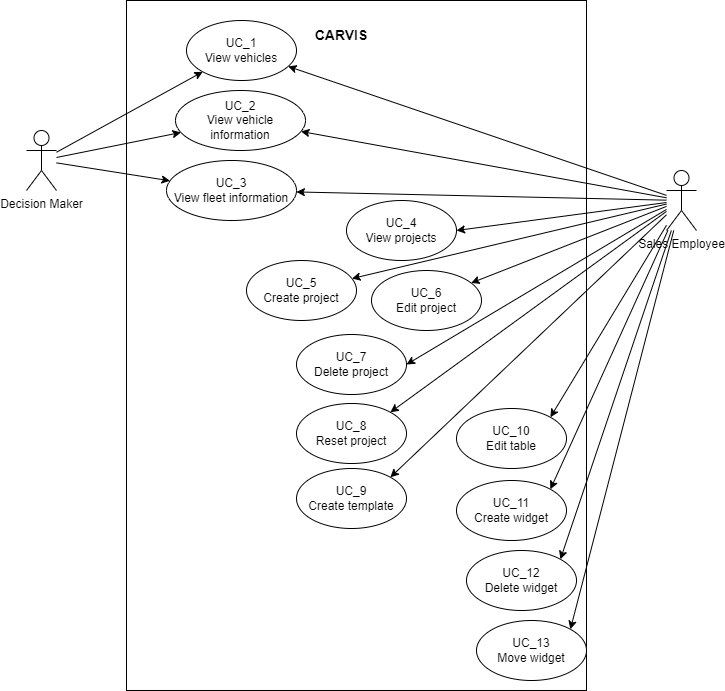
marvinkarhan/PSE-Requirements-Specification keeps this draw.io diagram as latex/tex/bilder/use_case_diagram.png. Above is the earlier version. Source tidied: cells renumbered, new cells last; positions are measured from the earlier drawing's top-left corner, leaving out a move shared by most shapes.
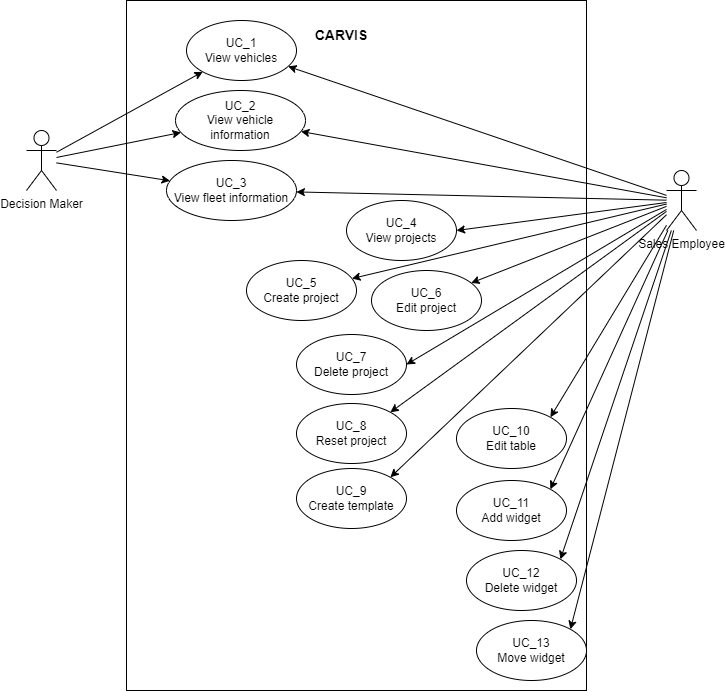
After the commit.

Commit message:
Update use case diagram

Change to the diagram source:
```diff
@@ -77,7 +77,7 @@
     <mxCell id="26" value="UC_13&lt;br&gt;Move widget" style="ellipse;whiteSpace=wrap;html=1;" parent="1" vertex="1">
       <mxGeometry x="450" y="620" width="110" height="60" as="geometry" />
     </mxCell>
-    <mxCell id="27" value="UC_11&lt;br&gt;Create widget" style="ellipse;whiteSpace=wrap;html=1;" parent="1" vertex="1">
+    <mxCell id="27" value="UC_11&lt;br&gt;Add widget" style="ellipse;whiteSpace=wrap;html=1;" parent="1" vertex="1">
       <mxGeometry x="430" y="480" width="110" height="60" as="geometry" />
     </mxCell>
     <mxCell id="28" value="UC_8&lt;br&gt;Reset project" style="ellipse;whiteSpace=wrap;html=1;" parent="1" vertex="1">
```
